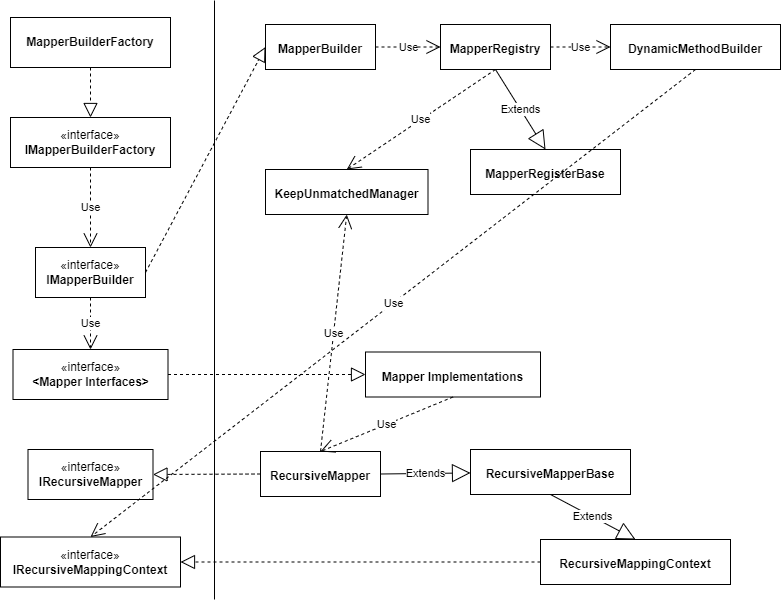
keeper013/Oasis.EFMapper keeps this draw.io diagram as Document/ProgramStructure.png. Above is the earlier version. Source tidied: cells renumbered, new cells last; positions are measured from the earlier drawing's top-left corner, leaving out a move shared by most shapes.
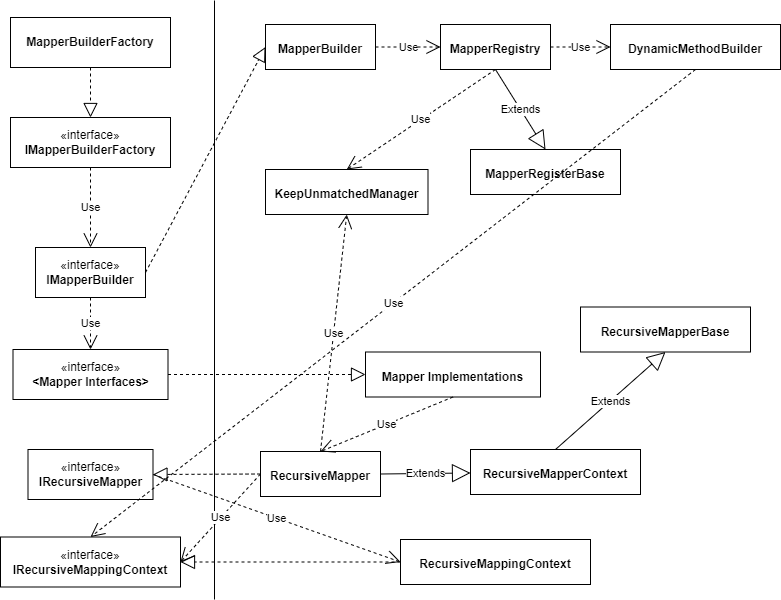
After the change.

Commit message:
updated program structure graph

Change to the diagram source:
```diff
@@ -45,7 +45,7 @@
       <mxGeometry relative="1" as="geometry" />
     </mxCell>
     <mxCell id="16" value="&lt;p style=&quot;margin:0px;margin-top:4px;text-align:center;&quot;&gt;&lt;br&gt;&lt;b&gt;RecursiveMappingContext&lt;/b&gt;&lt;/p&gt;" style="verticalAlign=top;align=left;overflow=fill;fontSize=12;fontFamily=Helvetica;html=1;whiteSpace=wrap;" parent="1" vertex="1">
-      <mxGeometry x="540" y="539" width="190" height="45" as="geometry" />
+      <mxGeometry x="400" y="539" width="190" height="45" as="geometry" />
     </mxCell>
     <mxCell id="17" value="«interface»&lt;br&gt;&lt;b&gt;IRecursiveMappingContext&lt;/b&gt;" style="html=1;whiteSpace=wrap;" parent="1" vertex="1">
       <mxGeometry y="536.5" width="180" height="50" as="geometry" />
@@ -74,13 +74,13 @@
     <mxCell id="25" value="Extends" style="endArrow=block;endSize=16;endFill=0;html=1;rounded=0;exitX=0.5;exitY=1;exitDx=0;exitDy=0;entryX=0.5;entryY=0;entryDx=0;entryDy=0;" parent="1" edge="1" source="11" target="24">
       <mxGeometry relative="1" as="geometry" />
     </mxCell>
-    <mxCell id="26" value="&lt;p style=&quot;margin:0px;margin-top:4px;text-align:center;&quot;&gt;&lt;br&gt;&lt;b&gt;RecursiveMapperBase&lt;/b&gt;&lt;/p&gt;" style="verticalAlign=top;align=left;overflow=fill;fontSize=12;fontFamily=Helvetica;html=1;whiteSpace=wrap;" parent="1" vertex="1">
-      <mxGeometry x="470" y="449" width="160" height="45" as="geometry" />
+    <mxCell id="26" value="&lt;p style=&quot;margin:0px;margin-top:4px;text-align:center;&quot;&gt;&lt;br&gt;&lt;b&gt;RecursiveMapperContext&lt;/b&gt;&lt;/p&gt;" style="verticalAlign=top;align=left;overflow=fill;fontSize=12;fontFamily=Helvetica;html=1;whiteSpace=wrap;" parent="1" vertex="1">
+      <mxGeometry x="470" y="449" width="170" height="45" as="geometry" />
     </mxCell>
     <mxCell id="27" value="Extends" style="endArrow=block;endSize=16;endFill=0;html=1;rounded=0;exitX=1;exitY=0.5;exitDx=0;exitDy=0;" parent="1" edge="1" source="13" target="26">
       <mxGeometry relative="1" as="geometry" />
     </mxCell>
-    <mxCell id="28" value="Extends" style="endArrow=block;endSize=16;endFill=0;html=1;rounded=0;exitX=0.5;exitY=1;exitDx=0;exitDy=0;entryX=0.5;entryY=0;entryDx=0;entryDy=0;" parent="1" edge="1" source="26" target="16">
+    <mxCell id="28" value="Extends" style="endArrow=block;endSize=16;endFill=0;html=1;rounded=0;exitX=0.5;exitY=0;exitDx=0;exitDy=0;entryX=0.5;entryY=1;entryDx=0;entryDy=0;" parent="1" edge="1" source="26" target="34">
       <mxGeometry relative="1" as="geometry" />
     </mxCell>
     <mxCell id="29" value="&lt;p style=&quot;margin:0px;margin-top:4px;text-align:center;&quot;&gt;&lt;br&gt;&lt;b&gt;Mapper Implementations&lt;/b&gt;&lt;/p&gt;" style="verticalAlign=top;align=left;overflow=fill;fontSize=12;fontFamily=Helvetica;html=1;whiteSpace=wrap;" parent="1" vertex="1">
@@ -98,5 +98,14 @@
     <mxCell id="33" value="Use" style="endArrow=open;endSize=12;dashed=1;html=1;rounded=0;exitX=0.5;exitY=1;exitDx=0;exitDy=0;entryX=0.5;entryY=0;entryDx=0;entryDy=0;" parent="1" edge="1" source="19" target="17">
       <mxGeometry relative="1" as="geometry" />
     </mxCell>
+    <mxCell id="34" value="&lt;p style=&quot;margin:0px;margin-top:4px;text-align:center;&quot;&gt;&lt;br&gt;&lt;b&gt;RecursiveMapperBase&lt;/b&gt;&lt;/p&gt;" style="verticalAlign=top;align=left;overflow=fill;fontSize=12;fontFamily=Helvetica;html=1;whiteSpace=wrap;" parent="1" vertex="1">
+      <mxGeometry x="580" y="306.5" width="170" height="45" as="geometry" />
+    </mxCell>
+    <mxCell id="35" value="Use" style="endArrow=open;endSize=12;dashed=1;html=1;rounded=0;exitX=0;exitY=0.5;exitDx=0;exitDy=0;entryX=1;entryY=0.5;entryDx=0;entryDy=0;" parent="1" edge="1" source="13" target="17">
+      <mxGeometry relative="1" as="geometry" />
+    </mxCell>
+    <mxCell id="36" value="Use" style="endArrow=open;endSize=12;dashed=1;html=1;rounded=0;exitX=1;exitY=0.5;exitDx=0;exitDy=0;entryX=0;entryY=0.5;entryDx=0;entryDy=0;" parent="1" edge="1" source="14" target="16">
+      <mxGeometry relative="1" as="geometry" />
+    </mxCell>
   </root>
 </mxGraphModel>
```
